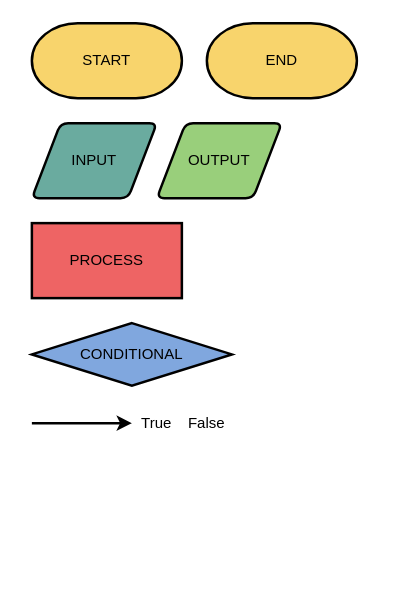
The draw.io diagram Python/Learn Python 3 The Hard Way/Exercises/Exercise 37/Python Default Flowchart Template.drawio in P3Ngu1nX64/collab.space, before the edit. Source tidied: cells renumbered, new cells numbered last; positions are measured from the earlier drawing's top-left corner, leaving out a move shared by most shapes. Both pictures are drawn from the tidied source at 125%, with x=0, y=0 at pixel (31, 22).
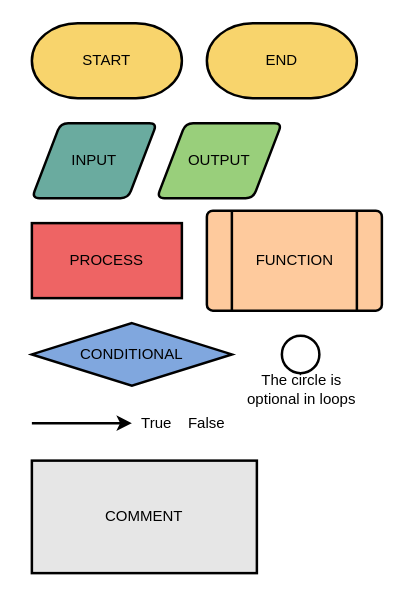
After the change.

Diff of the diagram source:
```diff
@@
 <mxGraphModel>
   <root>
     <mxCell id="0" />
     <mxCell id="1" parent="0" />
     <mxCell id="2" value="START" style="strokeWidth=2;html=1;shape=mxgraph.flowchart.terminator;whiteSpace=wrap;fillColor=#F8d46c;strokeColor=#000000;gradientColor=none;" parent="1" vertex="1">
       <mxGeometry width="120" height="60" as="geometry" />
     </mxCell>
     <mxCell id="3" value="INPUT" style="shape=parallelogram;html=1;strokeWidth=2;perimeter=parallelogramPerimeter;whiteSpace=wrap;rounded=1;arcSize=12;size=0.23;fillColor=#6aab9f;" parent="1" vertex="1">
       <mxGeometry y="80" width="100" height="60" as="geometry" />
     </mxCell>
     <mxCell id="4" value="CONDITIONAL" style="strokeWidth=2;html=1;shape=mxgraph.flowchart.decision;whiteSpace=wrap;fillColor=#80a7de;" parent="1" vertex="1">
       <mxGeometry y="240" width="160" height="50" as="geometry" />
     </mxCell>
     <mxCell id="5" value="OUTPUT" style="shape=parallelogram;html=1;strokeWidth=2;perimeter=parallelogramPerimeter;whiteSpace=wrap;rounded=1;arcSize=12;size=0.23;fillColor=#99cf7b;" parent="1" vertex="1">
       <mxGeometry x="100" y="80" width="100" height="60" as="geometry" />
     </mxCell>
     <mxCell id="6" value="PROCESS" style="rounded=0;whiteSpace=wrap;html=1;strokeColor=#000000;fillColor=#ee6464;gradientColor=none;strokeWidth=2;" parent="1" vertex="1">
       <mxGeometry y="160" width="120" height="60" as="geometry" />
     </mxCell>
     <mxCell id="7" value="END" style="strokeWidth=2;html=1;shape=mxgraph.flowchart.terminator;whiteSpace=wrap;fillColor=#F8d46c;strokeColor=#000000;gradientColor=none;" parent="1" vertex="1">
       <mxGeometry x="140" width="120" height="60" as="geometry" />
     </mxCell>
     <mxCell id="8" style="endArrow=classic;html=1;strokeWidth=2;" parent="1" edge="1">
       <mxGeometry relative="1" as="geometry">
         <mxPoint y="320" as="sourcePoint" />
         <mxPoint x="80" y="320" as="targetPoint" />
       </mxGeometry>
     </mxCell>
     <mxCell id="9" value="True" style="text;html=1;strokeColor=none;fillColor=none;align=center;verticalAlign=middle;whiteSpace=wrap;rounded=0;fontSize=12;" parent="1" vertex="1">
       <mxGeometry x="80" y="310" width="40" height="20" as="geometry" />
     </mxCell>
     <mxCell id="10" value="False" style="text;html=1;strokeColor=none;fillColor=none;align=center;verticalAlign=middle;whiteSpace=wrap;rounded=0;" parent="1" vertex="1">
       <mxGeometry x="120" y="310" width="40" height="20" as="geometry" />
     </mxCell>
+    <mxCell id="11" value="FUNCTION" style="verticalLabelPosition=middle;verticalAlign=middle;html=1;shape=process;whiteSpace=wrap;rounded=1;size=0.14;arcSize=6;fillColor=#feca9d;strokeWidth=2;horizontal=1;labelPosition=center;align=center;" parent="1" vertex="1">
+      <mxGeometry x="140" y="150" width="140" height="80" as="geometry" />
+    </mxCell>
+    <mxCell id="12" value="COMMENT" style="rounded=0;whiteSpace=wrap;html=1;strokeWidth=2;fillColor=#E6E6E6;fontColor=#000000;" parent="1" vertex="1">
+      <mxGeometry y="350" width="180" height="90" as="geometry" />
+    </mxCell>
+    <mxCell id="13" style="ellipse;whiteSpace=wrap;html=1;strokeWidth=2;" parent="1" vertex="1">
+      <mxGeometry x="200" y="250" width="30" height="30" as="geometry" />
+    </mxCell>
+    <mxCell id="14" value="The circle is optional in loops" style="text;html=1;strokeColor=none;fillColor=none;align=center;verticalAlign=middle;whiteSpace=wrap;rounded=0;" parent="1" vertex="1">
+      <mxGeometry x="171" y="283" width="90" height="20" as="geometry" />
+    </mxCell>
   </root>
 </mxGraphModel>
```
